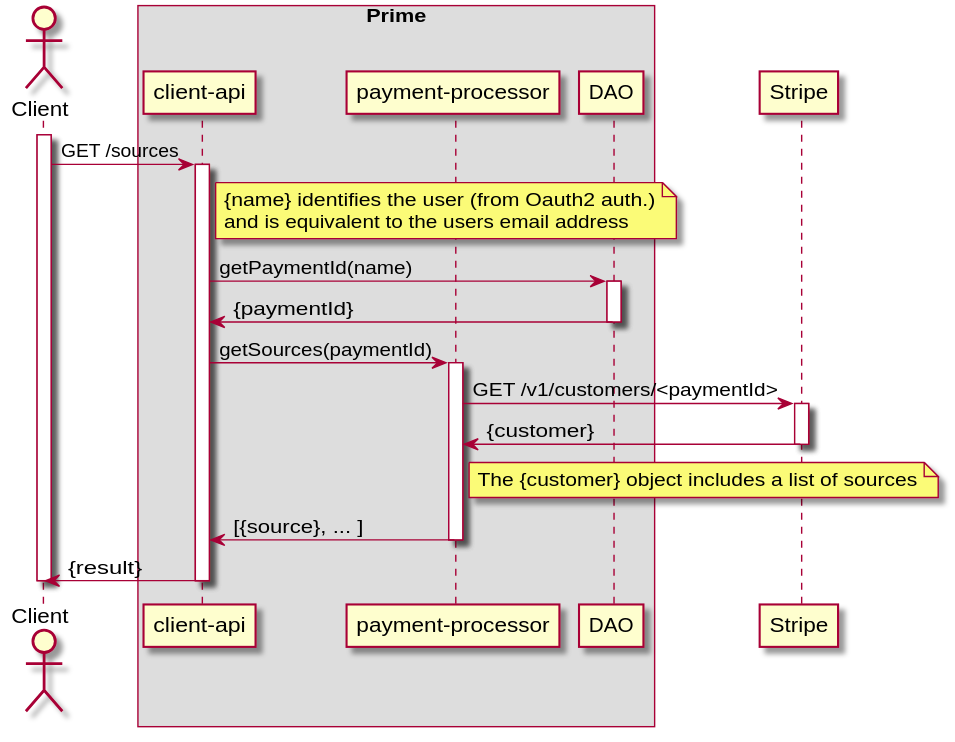
The PlantUML diagram payment-processor/doc/diagrams/list-sources.svg in ostelco/ostelco-core, before a commit.
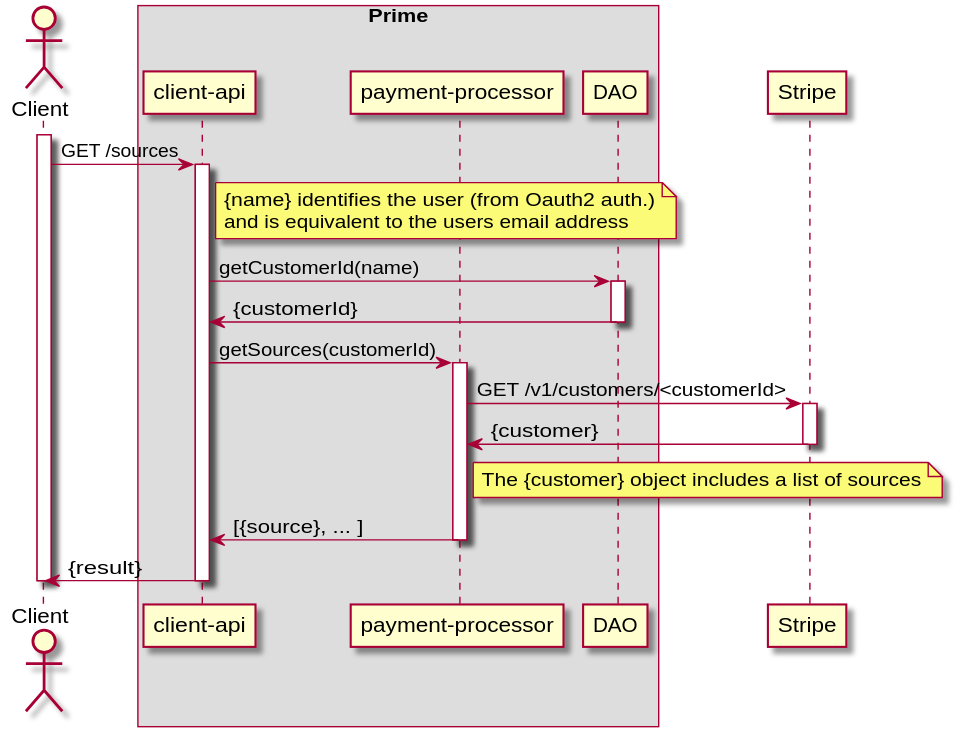
Above is the later version.

Diff of the diagram source:
```diff
@@ -18,15 +18,15 @@
        and is equivalent to the users email address
     end note
 
-    "client-api" -> DAO : getPaymentId(name)
+    "client-api" -> DAO : getCustomerId(name)
     activate DAO
-    DAO -> "client-api" : {paymentId}
+    DAO -> "client-api" : {customerId}
     deactivate DAO
 
-    "client-api" -> "payment-processor" : getSources(paymentId)
+    "client-api" -> "payment-processor" : getSources(customerId)
     activate "payment-processor"
 
-    "payment-processor" -> Stripe : GET /v1/customers/<paymentId>
+    "payment-processor" -> Stripe : GET /v1/customers/<customerId>
     activate Stripe
     Stripe -> "payment-processor" : {customer}
     deactivate Stripe
```
